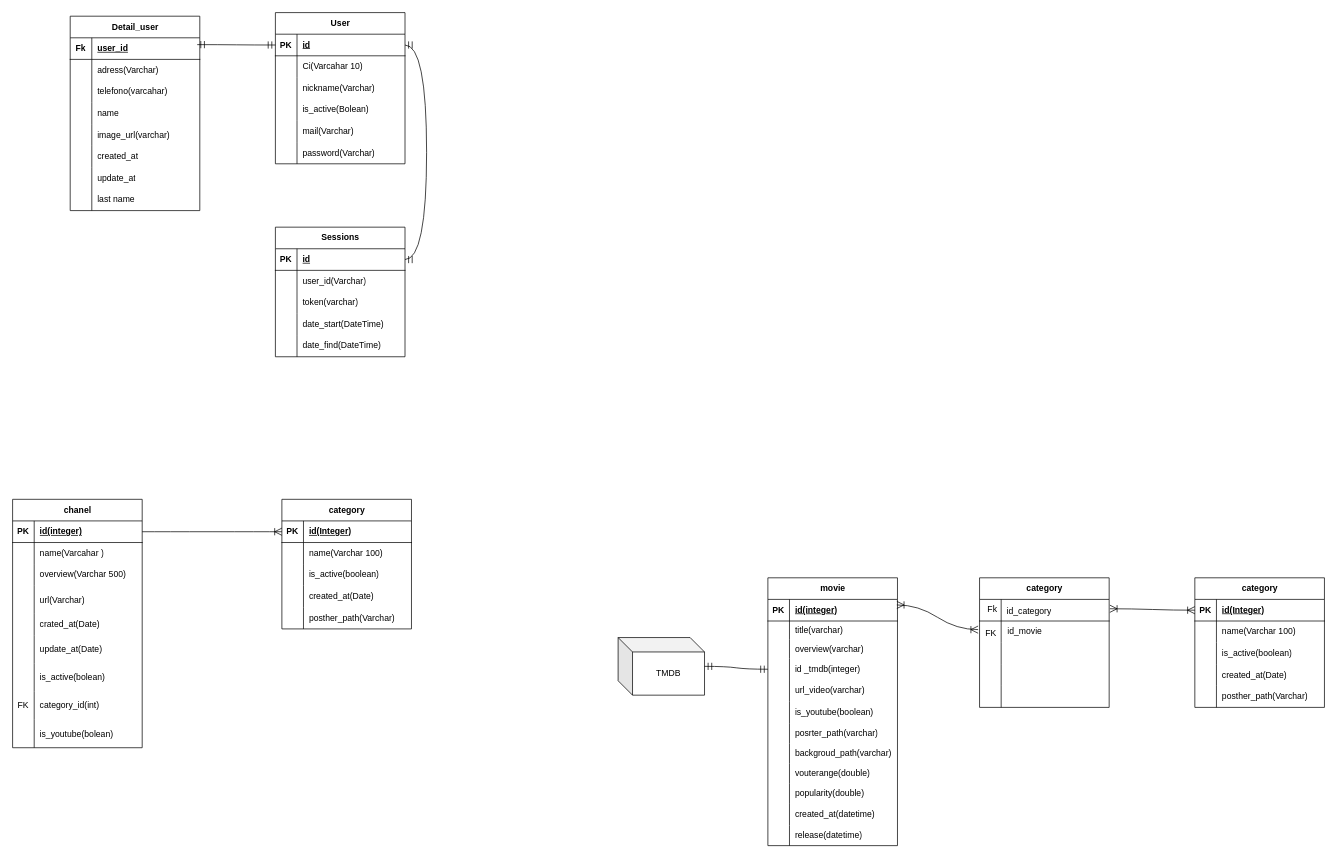
Above: diagrama.drawio in JoelPulla/REST-API-MOVIE-MANAGMENT (draw.io), before the change. Source tidied: cells renumbered, new cells numbered last; positions are measured from the earlier drawing's top-left corner, leaving out a move shared by most shapes. Both pictures are drawn from the tidied source at 72%, with x=0, y=0 at pixel (12, 12).
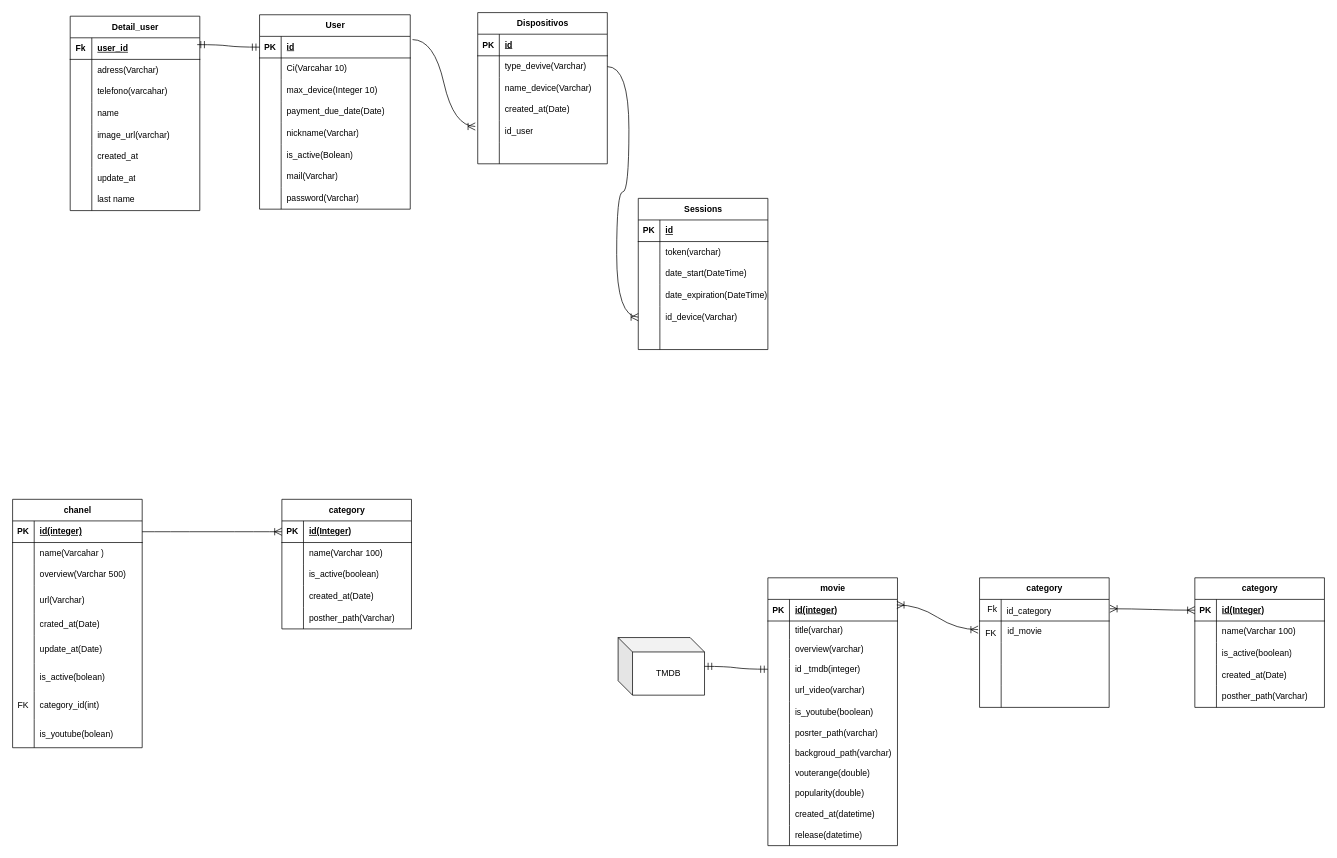
The same page after the edit.

Commit message:
limit user

The change refers to these unchanged cells:
```xml
<mxCell id="172" style="shape=tableRow;horizontal=0;startSize=0;swimlaneHead=0;swimlaneBody=0;fillColor=none;points=[[0,0.5],[1,0.5]];portConstraint=eastwest;top=0;left=0;right=0;bottom=1;" parent="171" vertex="1">
  <mxGeometry y="30" width="180" height="30" as="geometry" />
</mxCell>
```

The edit, as a diff of the source:
```diff
@@
     <mxCell id="126" value="User" style="shape=table;startSize=30;childLayout=tableLayout;rowLines=0;fontStyle=1;align=center;html=1;" parent="1" vertex="1">
-      <mxGeometry x="365" width="180" height="210" as="geometry" />
+      <mxGeometry x="343" y="3" width="209.3" height="270" as="geometry" />
     </mxCell>
     <mxCell id="127" style="shape=tableRow;horizontal=0;startSize=0;swimlaneHead=0;swimlaneBody=0;fillColor=none;points=[[0,0.5],[1,0.5]];portConstraint=eastwest;top=0;left=0;right=0;bottom=1;" parent="126" vertex="1">
-      <mxGeometry y="30" width="180" height="30" as="geometry" />
+      <mxGeometry y="30" width="209.3" height="30" as="geometry" />
     </mxCell>
@@
     <mxCell id="129" value="id" style="shape=partialRectangle;fillColor=none;top=0;left=0;bottom=0;right=0;align=left;spacingLeft=6;fontStyle=5;overflow=hidden;whiteSpace=wrap;html=1;" parent="127" vertex="1">
-      <mxGeometry x="30" width="150" height="30" as="geometry" />
+      <mxGeometry x="30" width="179.3" height="30" as="geometry" />
     </mxCell>
     <mxCell id="130" style="shape=tableRow;horizontal=0;startSize=0;swimlaneHead=0;swimlaneBody=0;fillColor=none;top=0;left=0;right=0;bottom=0;" parent="126" vertex="1">
-      <mxGeometry y="60" width="180" height="30" as="geometry" />
+      <mxGeometry y="60" width="209.3" height="30" as="geometry" />
     </mxCell>
@@
     <mxCell id="132" value="Ci(Varcahar 10)" style="shape=partialRectangle;fillColor=none;top=0;left=0;bottom=0;right=0;align=left;spacingLeft=6;overflow=hidden;whiteSpace=wrap;html=1;" parent="130" vertex="1">
-      <mxGeometry x="30" width="150" height="30" as="geometry" />
+      <mxGeometry x="30" width="179.3" height="30" as="geometry" />
     </mxCell>
+    <mxCell id="188" style="shape=tableRow;horizontal=0;startSize=0;swimlaneHead=0;swimlaneBody=0;fillColor=none;top=0;left=0;right=0;bottom=0;" parent="126" vertex="1">
+      <mxGeometry y="90" width="209.3" height="30" as="geometry" />
+    </mxCell>
+    <mxCell id="189" style="shape=partialRectangle;fillColor=none;top=0;left=0;bottom=0;right=0;overflow=hidden;whiteSpace=wrap;html=1;" parent="188" vertex="1">
+      <mxGeometry width="30" height="30" as="geometry" />
+    </mxCell>
+    <mxCell id="190" value="max_device(Integer 10)" style="shape=partialRectangle;fillColor=none;top=0;left=0;bottom=0;right=0;align=left;spacingLeft=6;overflow=hidden;whiteSpace=wrap;html=1;" parent="188" vertex="1">
+      <mxGeometry x="30" width="179.3" height="30" as="geometry" />
+    </mxCell>
+    <mxCell id="191" style="shape=tableRow;horizontal=0;startSize=0;swimlaneHead=0;swimlaneBody=0;fillColor=none;top=0;left=0;right=0;bottom=0;" parent="126" vertex="1">
+      <mxGeometry y="120" width="209.3" height="30" as="geometry" />
+    </mxCell>
+    <mxCell id="192" style="shape=partialRectangle;fillColor=none;top=0;left=0;bottom=0;right=0;overflow=hidden;whiteSpace=wrap;html=1;" parent="191" vertex="1">
+      <mxGeometry width="30" height="30" as="geometry" />
+    </mxCell>
+    <mxCell id="193" value="payment_due_date(Date)" style="shape=partialRectangle;fillColor=none;top=0;left=0;bottom=0;right=0;align=left;spacingLeft=6;overflow=hidden;whiteSpace=wrap;html=1;" parent="191" vertex="1">
+      <mxGeometry x="30" width="179.3" height="30" as="geometry" />
+    </mxCell>
     <mxCell id="133" style="shape=tableRow;horizontal=0;startSize=0;swimlaneHead=0;swimlaneBody=0;fillColor=none;top=0;left=0;right=0;bottom=0;" parent="126" vertex="1">
-      <mxGeometry y="90" width="180" height="30" as="geometry" />
+      <mxGeometry y="150" width="209.3" height="30" as="geometry" />
     </mxCell>
@@
     <mxCell id="135" value="nickname(Varchar)" style="shape=partialRectangle;fillColor=none;top=0;left=0;bottom=0;right=0;align=left;spacingLeft=6;overflow=hidden;whiteSpace=wrap;html=1;" parent="133" vertex="1">
-      <mxGeometry x="30" width="150" height="30" as="geometry" />
+      <mxGeometry x="30" width="179.3" height="30" as="geometry" />
     </mxCell>
     <mxCell id="136" style="shape=tableRow;horizontal=0;startSize=0;swimlaneHead=0;swimlaneBody=0;fillColor=none;top=0;left=0;right=0;bottom=0;" parent="126" vertex="1">
-      <mxGeometry y="120" width="180" height="30" as="geometry" />
+      <mxGeometry y="180" width="209.3" height="30" as="geometry" />
     </mxCell>
@@
     <mxCell id="138" value="is_active(Bolean)" style="shape=partialRectangle;fillColor=none;top=0;left=0;bottom=0;right=0;align=left;spacingLeft=6;overflow=hidden;whiteSpace=wrap;html=1;" parent="136" vertex="1">
-      <mxGeometry x="30" width="150" height="30" as="geometry" />
+      <mxGeometry x="30" width="179.3" height="30" as="geometry" />
     </mxCell>
     <mxCell id="139" style="shape=tableRow;horizontal=0;startSize=0;swimlaneHead=0;swimlaneBody=0;fillColor=none;top=0;left=0;right=0;bottom=0;" parent="126" vertex="1">
-      <mxGeometry y="150" width="180" height="30" as="geometry" />
+      <mxGeometry y="210" width="209.3" height="30" as="geometry" />
     </mxCell>
@@
     <mxCell id="141" value="mail(Varchar)" style="shape=partialRectangle;fillColor=none;top=0;left=0;bottom=0;right=0;align=left;spacingLeft=6;overflow=hidden;whiteSpace=wrap;html=1;" parent="139" vertex="1">
-      <mxGeometry x="30" width="150" height="30" as="geometry" />
+      <mxGeometry x="30" width="179.3" height="30" as="geometry" />
     </mxCell>
     <mxCell id="142" style="shape=tableRow;horizontal=0;startSize=0;swimlaneHead=0;swimlaneBody=0;fillColor=none;top=0;left=0;right=0;bottom=0;" parent="126" vertex="1">
-      <mxGeometry y="180" width="180" height="30" as="geometry" />
+      <mxGeometry y="240" width="209.3" height="30" as="geometry" />
     </mxCell>
@@
     <mxCell id="144" value="password(Varchar)" style="shape=partialRectangle;fillColor=none;top=0;left=0;bottom=0;right=0;align=left;spacingLeft=6;overflow=hidden;whiteSpace=wrap;html=1;" parent="142" vertex="1">
-      <mxGeometry x="30" width="150" height="30" as="geometry" />
+      <mxGeometry x="30" width="179.3" height="30" as="geometry" />
     </mxCell>
@@
     <mxCell id="171" value="Sessions" style="shape=table;startSize=30;childLayout=tableLayout;rowLines=0;fontStyle=1;align=center;html=1;" parent="1" vertex="1">
-      <mxGeometry x="365" y="298" width="180" height="180" as="geometry" />
+      <mxGeometry x="869" y="258" width="180" height="210" as="geometry" />
     </mxCell>
@@
-    <mxCell id="175" style="shape=tableRow;horizontal=0;startSize=0;swimlaneHead=0;swimlaneBody=0;fillColor=none;points=[[0,0.5],[1,0.5]];portConstraint=eastwest;top=0;left=0;right=0;bottom=0;" parent="171" vertex="1">
-      <mxGeometry y="60" width="180" height="30" as="geometry" />
-    </mxCell>
-    <mxCell id="176" style="shape=partialRectangle;fillColor=none;top=0;left=0;bottom=0;right=0;overflow=hidden;whiteSpace=wrap;html=1;" parent="175" vertex="1">
-      <mxGeometry width="30" height="30" as="geometry" />
-    </mxCell>
-    <mxCell id="177" value="user_id(Varchar)" style="shape=partialRectangle;fillColor=none;top=0;left=0;bottom=0;right=0;align=left;spacingLeft=6;overflow=hidden;whiteSpace=wrap;html=1;" parent="175" vertex="1">
-      <mxGeometry x="30" width="150" height="30" as="geometry" />
-    </mxCell>
     <mxCell id="178" style="shape=tableRow;horizontal=0;startSize=0;swimlaneHead=0;swimlaneBody=0;fillColor=none;top=0;left=0;right=0;bottom=0;" parent="171" vertex="1">
-      <mxGeometry y="90" width="180" height="30" as="geometry" />
+      <mxGeometry y="60" width="180" height="30" as="geometry" />
     </mxCell>
@@
     <mxCell id="181" style="shape=tableRow;horizontal=0;startSize=0;swimlaneHead=0;swimlaneBody=0;fillColor=none;top=0;left=0;right=0;bottom=0;" parent="171" vertex="1">
-      <mxGeometry y="120" width="180" height="30" as="geometry" />
+      <mxGeometry y="90" width="180" height="30" as="geometry" />
     </mxCell>
@@
     <mxCell id="184" style="shape=tableRow;horizontal=0;startSize=0;swimlaneHead=0;swimlaneBody=0;fillColor=none;top=0;left=0;right=0;bottom=0;" parent="171" vertex="1">
-      <mxGeometry y="150" width="180" height="30" as="geometry" />
+      <mxGeometry y="120" width="180" height="30" as="geometry" />
     </mxCell>
@@
-    <mxCell id="186" value="date_find(DateTime)" style="shape=partialRectangle;fillColor=none;top=0;left=0;bottom=0;right=0;align=left;spacingLeft=6;overflow=hidden;whiteSpace=wrap;html=1;" parent="184" vertex="1">
+    <mxCell id="186" value="date_expiration(DateTime)" style="shape=partialRectangle;fillColor=none;top=0;left=0;bottom=0;right=0;align=left;spacingLeft=6;overflow=hidden;whiteSpace=wrap;html=1;" parent="184" vertex="1">
       <mxGeometry x="30" width="150" height="30" as="geometry" />
     </mxCell>
-    <mxCell id="187" style="edgeStyle=entityRelationEdgeStyle;fontSize=12;html=1;endArrow=ERmandOne;startArrow=ERmandOne;rounded=0;startSize=8;endSize=8;curved=1;" parent="1" edge="1" source="172" target="127">
-      <mxGeometry relative="1" as="geometry">
-        <Array as="points">
-          <mxPoint x="372" y="183" />
-        </Array>
-      </mxGeometry>
-    </mxCell>
+    <mxCell id="175" style="shape=tableRow;horizontal=0;startSize=0;swimlaneHead=0;swimlaneBody=0;fillColor=none;points=[[0,0.5],[1,0.5]];portConstraint=eastwest;top=0;left=0;right=0;bottom=0;" parent="171" vertex="1">
+      <mxGeometry y="150" width="180" height="30" as="geometry" />
+    </mxCell>
+    <mxCell id="176" style="shape=partialRectangle;fillColor=none;top=0;left=0;bottom=0;right=0;overflow=hidden;whiteSpace=wrap;html=1;" parent="175" vertex="1">
+      <mxGeometry width="30" height="30" as="geometry" />
+    </mxCell>
+    <mxCell id="177" value="id_device(Varchar)" style="shape=partialRectangle;fillColor=none;top=0;left=0;bottom=0;right=0;align=left;spacingLeft=6;overflow=hidden;whiteSpace=wrap;html=1;" parent="175" vertex="1">
+      <mxGeometry x="30" width="150" height="30" as="geometry" />
+    </mxCell>
+    <mxCell id="194" style="shape=tableRow;horizontal=0;startSize=0;swimlaneHead=0;swimlaneBody=0;fillColor=none;top=0;left=0;right=0;bottom=0;" parent="171" vertex="1">
+      <mxGeometry y="180" width="180" height="30" as="geometry" />
+    </mxCell>
+    <mxCell id="195" style="shape=partialRectangle;fillColor=none;top=0;left=0;bottom=0;right=0;overflow=hidden;whiteSpace=wrap;html=1;" parent="194" vertex="1">
+      <mxGeometry width="30" height="30" as="geometry" />
+    </mxCell>
+    <mxCell id="196" style="shape=partialRectangle;fillColor=none;top=0;left=0;bottom=0;right=0;align=left;spacingLeft=6;overflow=hidden;whiteSpace=wrap;html=1;" parent="194" vertex="1">
+      <mxGeometry x="30" width="150" height="30" as="geometry" />
+    </mxCell>
+    <mxCell id="197" value="Dispositivos" style="shape=table;startSize=30;childLayout=tableLayout;rowLines=0;fontStyle=1;align=center;html=1;" parent="1" vertex="1">
+      <mxGeometry x="646" width="180" height="210" as="geometry" />
+    </mxCell>
+    <mxCell id="198" style="shape=tableRow;horizontal=0;startSize=0;swimlaneHead=0;swimlaneBody=0;fillColor=none;top=0;left=0;right=0;bottom=1;" parent="197" vertex="1">
+      <mxGeometry y="30" width="180" height="30" as="geometry" />
+    </mxCell>
+    <mxCell id="199" value="PK" style="shape=partialRectangle;fillColor=none;top=0;left=0;bottom=0;right=0;fontStyle=1;overflow=hidden;whiteSpace=wrap;html=1;" parent="198" vertex="1">
+      <mxGeometry width="30" height="30" as="geometry" />
+    </mxCell>
+    <mxCell id="200" value="id" style="shape=partialRectangle;fillColor=none;top=0;left=0;bottom=0;right=0;align=left;spacingLeft=6;fontStyle=5;overflow=hidden;whiteSpace=wrap;html=1;" parent="198" vertex="1">
+      <mxGeometry x="30" width="150" height="30" as="geometry" />
+    </mxCell>
+    <mxCell id="201" style="shape=tableRow;horizontal=0;startSize=0;swimlaneHead=0;swimlaneBody=0;fillColor=none;points=[[0,0.5],[1,0.5]];portConstraint=eastwest;top=0;left=0;right=0;bottom=0;" parent="197" vertex="1">
+      <mxGeometry y="60" width="180" height="30" as="geometry" />
+    </mxCell>
+    <mxCell id="202" style="shape=partialRectangle;fillColor=none;top=0;left=0;bottom=0;right=0;overflow=hidden;whiteSpace=wrap;html=1;" parent="201" vertex="1">
+      <mxGeometry width="30" height="30" as="geometry" />
+    </mxCell>
+    <mxCell id="203" value="type_devive(Varchar)" style="shape=partialRectangle;fillColor=none;top=0;left=0;bottom=0;right=0;align=left;spacingLeft=6;overflow=hidden;whiteSpace=wrap;html=1;" parent="201" vertex="1">
+      <mxGeometry x="30" width="150" height="30" as="geometry" />
+    </mxCell>
+    <mxCell id="204" style="shape=tableRow;horizontal=0;startSize=0;swimlaneHead=0;swimlaneBody=0;fillColor=none;top=0;left=0;right=0;bottom=0;" parent="197" vertex="1">
+      <mxGeometry y="90" width="180" height="30" as="geometry" />
+    </mxCell>
+    <mxCell id="205" style="shape=partialRectangle;fillColor=none;top=0;left=0;bottom=0;right=0;overflow=hidden;whiteSpace=wrap;html=1;" parent="204" vertex="1">
+      <mxGeometry width="30" height="30" as="geometry" />
+    </mxCell>
+    <mxCell id="206" value="name_device(Varchar)" style="shape=partialRectangle;fillColor=none;top=0;left=0;bottom=0;right=0;align=left;spacingLeft=6;overflow=hidden;whiteSpace=wrap;html=1;" parent="204" vertex="1">
+      <mxGeometry x="30" width="150" height="30" as="geometry" />
+    </mxCell>
+    <mxCell id="207" style="shape=tableRow;horizontal=0;startSize=0;swimlaneHead=0;swimlaneBody=0;fillColor=none;top=0;left=0;right=0;bottom=0;" parent="197" vertex="1">
+      <mxGeometry y="120" width="180" height="30" as="geometry" />
+    </mxCell>
+    <mxCell id="208" style="shape=partialRectangle;fillColor=none;top=0;left=0;bottom=0;right=0;overflow=hidden;whiteSpace=wrap;html=1;" parent="207" vertex="1">
+      <mxGeometry width="30" height="30" as="geometry" />
+    </mxCell>
+    <mxCell id="209" value="created_at(Date)" style="shape=partialRectangle;fillColor=none;top=0;left=0;bottom=0;right=0;align=left;spacingLeft=6;overflow=hidden;whiteSpace=wrap;html=1;" parent="207" vertex="1">
+      <mxGeometry x="30" width="150" height="30" as="geometry" />
+    </mxCell>
+    <mxCell id="210" style="shape=tableRow;horizontal=0;startSize=0;swimlaneHead=0;swimlaneBody=0;fillColor=none;points=[[0,0.5],[1,0.5]];portConstraint=eastwest;top=0;left=0;right=0;bottom=0;" parent="197" vertex="1">
+      <mxGeometry y="150" width="180" height="30" as="geometry" />
+    </mxCell>
+    <mxCell id="211" style="shape=partialRectangle;fillColor=none;top=0;left=0;bottom=0;right=0;overflow=hidden;whiteSpace=wrap;html=1;" parent="210" vertex="1">
+      <mxGeometry width="30" height="30" as="geometry" />
+    </mxCell>
+    <mxCell id="212" value="id_user" style="shape=partialRectangle;fillColor=none;top=0;left=0;bottom=0;right=0;align=left;spacingLeft=6;overflow=hidden;whiteSpace=wrap;html=1;" parent="210" vertex="1">
+      <mxGeometry x="30" width="150" height="30" as="geometry" />
+    </mxCell>
+    <mxCell id="213" style="shape=tableRow;horizontal=0;startSize=0;swimlaneHead=0;swimlaneBody=0;fillColor=none;top=0;left=0;right=0;bottom=0;" parent="197" vertex="1">
+      <mxGeometry y="180" width="180" height="30" as="geometry" />
+    </mxCell>
+    <mxCell id="214" style="shape=partialRectangle;fillColor=none;top=0;left=0;bottom=0;right=0;overflow=hidden;whiteSpace=wrap;html=1;" parent="213" vertex="1">
+      <mxGeometry width="30" height="30" as="geometry" />
+    </mxCell>
+    <mxCell id="215" style="shape=partialRectangle;fillColor=none;top=0;left=0;bottom=0;right=0;align=left;spacingLeft=6;overflow=hidden;whiteSpace=wrap;html=1;" parent="213" vertex="1">
+      <mxGeometry x="30" width="150" height="30" as="geometry" />
+    </mxCell>
+    <mxCell id="216" style="edgeStyle=entityRelationEdgeStyle;fontSize=12;html=1;endArrow=ERoneToMany;rounded=0;startSize=8;endSize=8;curved=1;exitX=1.015;exitY=0.15;exitDx=0;exitDy=0;exitPerimeter=0;entryX=-0.019;entryY=0.272;entryDx=0;entryDy=0;entryPerimeter=0;" parent="1" edge="1" source="127" target="210">
+      <mxGeometry relative="1" as="geometry" />
+    </mxCell>
+    <mxCell id="217" style="edgeStyle=entityRelationEdgeStyle;fontSize=12;html=1;endArrow=ERoneToMany;rounded=0;startSize=8;endSize=8;curved=1;entryX=0;entryY=0.5;entryDx=0;entryDy=0;" parent="1" edge="1" source="201" target="175">
+      <mxGeometry relative="1" as="geometry" />
+    </mxCell>
```
